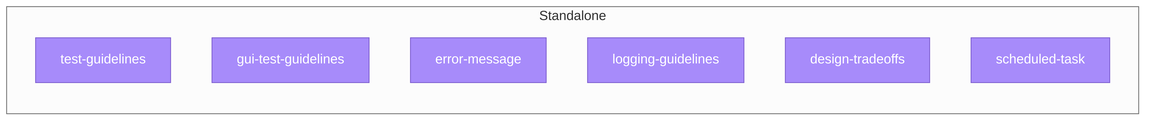
This is docs/diagrams/skill-relations-standalone.png from FAZuH/agent, a Mermaid export, as it was before one commit. Its source is kept beside it as docs/diagrams/skill-relations-standalone.mmd. Source of this version:
```mermaid
---
config:
  theme: 'neutral'
---
flowchart LR
    subgraph standalone["Standalone"]
        test_guidelines["test-guidelines"]
        gui_test_guidelines["gui-test-guidelines"]
        error_message["error-message"]
        logging_guidelines["logging-guidelines"]
        design_tradeoffs["design-tradeoffs"]
        scheduled_task["scheduled-task"]
    end

    classDef standalone fill:#A78BFA,stroke:#7E5FD0,color:#FFFFFF

    class test_guidelines,gui_test_guidelines,error_message,logging_guidelines,design_tradeoffs,scheduled_task standalone
```
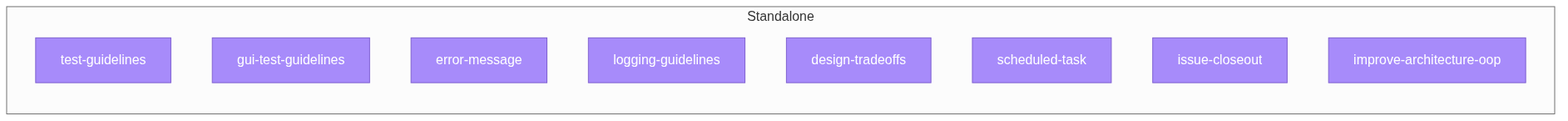
The same diagram one commit later.

Commit message:
docs: update skill diagrams

Diff of the diagram source:
```diff
@@ -10,8 +10,10 @@
         logging_guidelines["logging-guidelines"]
         design_tradeoffs["design-tradeoffs"]
         scheduled_task["scheduled-task"]
+        issue_closeout["issue-closeout"]
+        improve_architecture_oop["improve-architecture-oop"]
     end
 
     classDef standalone fill:#A78BFA,stroke:#7E5FD0,color:#FFFFFF
 
-    class test_guidelines,gui_test_guidelines,error_message,logging_guidelines,design_tradeoffs,scheduled_task standalone
+    class test_guidelines,gui_test_guidelines,error_message,logging_guidelines,design_tradeoffs,scheduled_task,issue_closeout,improve_architecture_oop standalone
```
